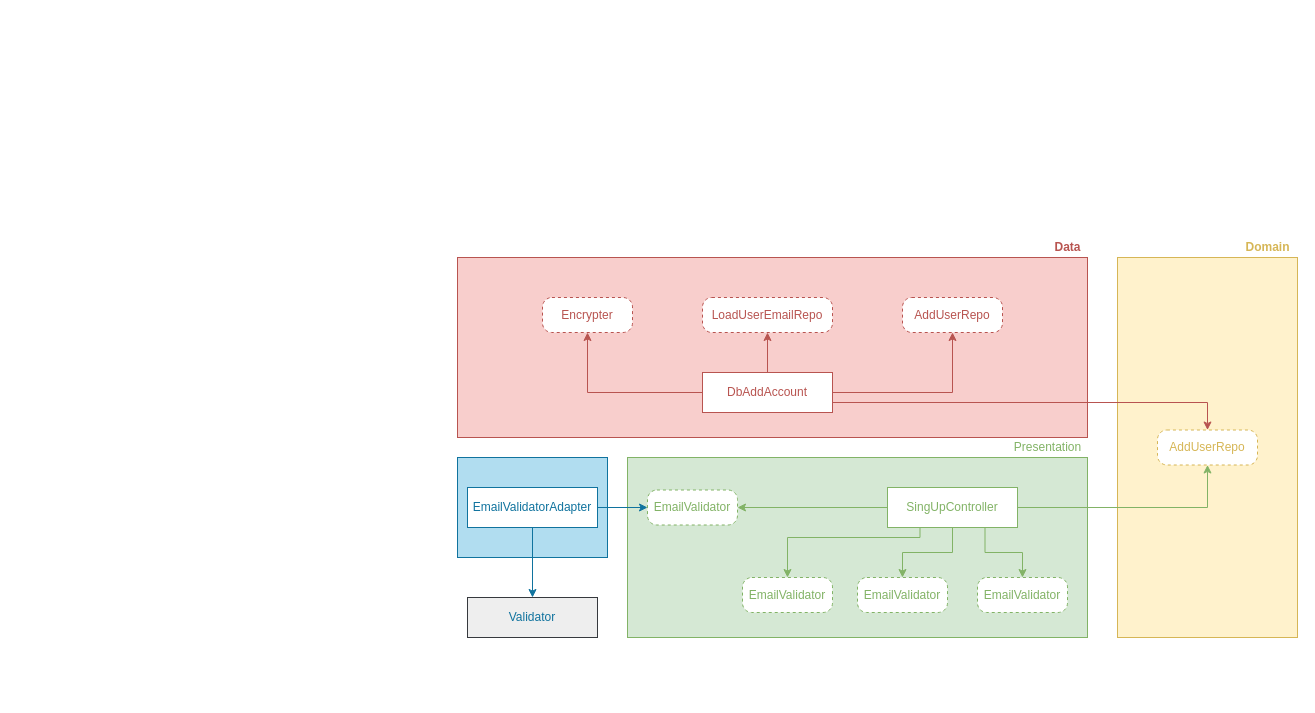
thg021/cleanArchitecture keeps this draw.io diagram as Untitled Diagram.drawio. Above is the earlier version. Source tidied: cells renumbered, new cells numbered last; positions are measured from the earlier drawing's top-left corner, leaving out a move shared by most shapes. Both pictures are drawn from the tidied source at 100%, with x=0, y=0 at pixel (457, 237).
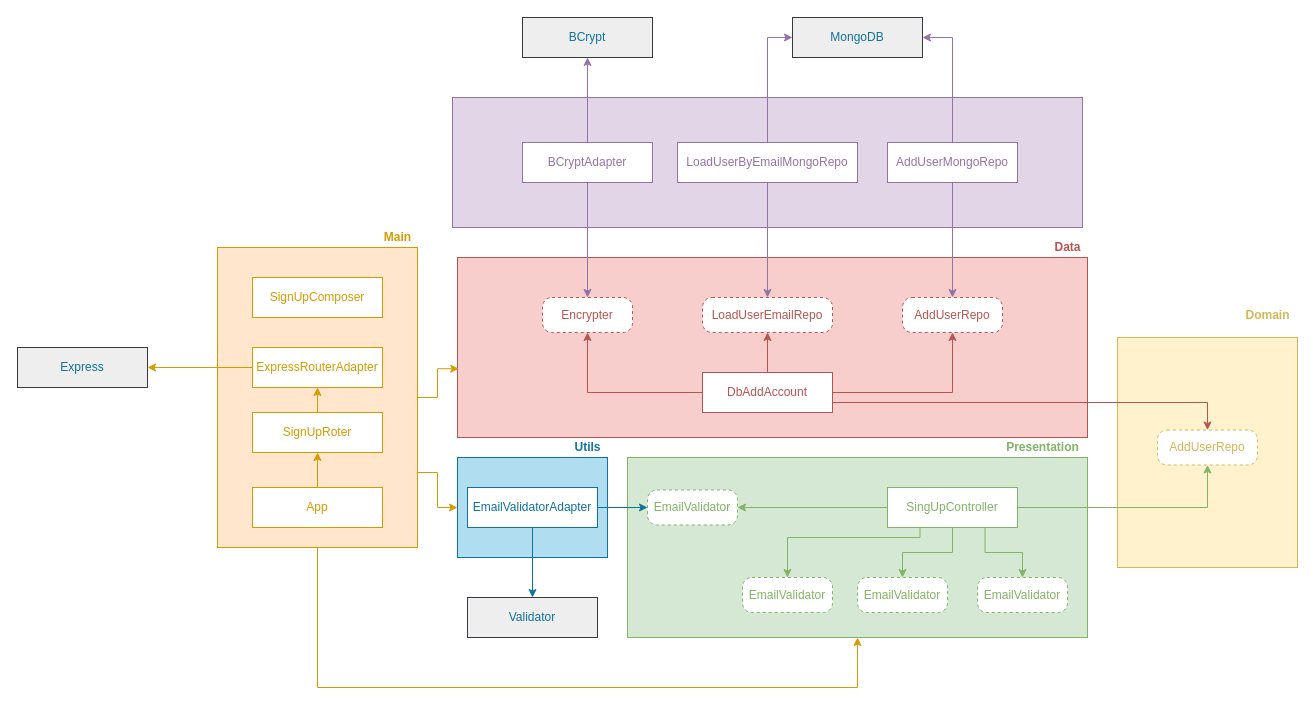
Above is the later version.

Commit message:
Update camada infra

The change refers to these unchanged cells:
```xml
<mxCell id="3" style="rounded=0;whiteSpace=wrap;html=1;fillColor=#f8cecc;strokeColor=#B85450;" parent="1" vertex="1">
  <mxGeometry y="20" width="630" height="180" as="geometry" />
</mxCell>
<mxCell id="4" value="Encrypter" style="rounded=1;whiteSpace=wrap;html=1;dashed=1;arcSize=27;fontColor=#B85450;strokeColor=#B85450;" parent="1" vertex="1">
  <mxGeometry x="85" y="60" width="90" height="35" as="geometry" />
</mxCell>
<mxCell id="5" value="LoadUserEmailRepo" style="rounded=1;whiteSpace=wrap;html=1;dashed=1;arcSize=27;fontColor=#B85450;strokeColor=#B85450;" parent="1" vertex="1">
  <mxGeometry x="245" y="60" width="130" height="35" as="geometry" />
</mxCell>
<mxCell id="6" value="AddUserRepo" style="rounded=1;whiteSpace=wrap;html=1;dashed=1;arcSize=27;fontColor=#B85450;strokeColor=#B85450;" parent="1" vertex="1">
  <mxGeometry x="445" y="60" width="100" height="35" as="geometry" />
</mxCell>
<mxCell id="13" style="rounded=0;whiteSpace=wrap;html=1;fillColor=#d5e8d4;strokeColor=#82B366;" parent="1" vertex="1">
  <mxGeometry x="170" y="220" width="460" height="180" as="geometry" />
</mxCell>
<mxCell id="27" style="rounded=0;whiteSpace=wrap;html=1;fillColor=#b1ddf0;strokeColor=#10739E;" parent="1" vertex="1">
  <mxGeometry y="220" width="150" height="100" as="geometry" />
</mxCell>
```

Change to the diagram source:
```diff
@@
     <mxCell id="2" style="rounded=0;whiteSpace=wrap;html=1;fillColor=#fff2cc;strokeColor=#D6B656;" parent="1" vertex="1">
-      <mxGeometry x="660" y="20" width="180" height="380" as="geometry" />
+      <mxGeometry x="660" y="100" width="180" height="230" as="geometry" />
     </mxCell>
@@
-    <mxCell id="24" value="Presentation" style="text;html=1;align=center;verticalAlign=middle;fontColor=#82B366;" parent="1" vertex="1">
-      <mxGeometry x="550" y="200" width="80" height="20" as="geometry" />
+    <mxCell id="24" value="Presentation" style="text;html=1;align=center;verticalAlign=middle;fontColor=#82B366;fontStyle=1;" parent="1" vertex="1">
+      <mxGeometry x="540" y="200" width="90" height="20" as="geometry" />
     </mxCell>
@@
     <mxCell id="26" value="Domain" style="text;html=1;align=center;verticalAlign=middle;fontStyle=1;fontColor=#D6B656;" parent="1" vertex="1">
-      <mxGeometry x="780" width="60" height="20" as="geometry" />
+      <mxGeometry x="780" y="67.5" width="60" height="20" as="geometry" />
     </mxCell>
@@
+    <mxCell id="32" style="edgeStyle=orthogonalEdgeStyle;rounded=0;jettySize=auto;html=1;exitX=0.5;exitY=1;exitDx=0;exitDy=0;entryX=0.5;entryY=1;entryDx=0;entryDy=0;fontColor=#D6B656;strokeColor=#D79B00;" parent="1" edge="1" source="35" target="13">
+      <mxGeometry relative="1" as="geometry">
+        <Array as="points">
+          <mxPoint x="-140" y="450" />
+          <mxPoint x="400" y="450" />
+        </Array>
+      </mxGeometry>
+    </mxCell>
+    <mxCell id="33" style="edgeStyle=orthogonalEdgeStyle;rounded=0;jettySize=auto;html=1;exitX=1;exitY=0.75;exitDx=0;exitDy=0;entryX=0;entryY=0.5;entryDx=0;entryDy=0;strokeColor=#D79B00;fontColor=#D79B00;" parent="1" edge="1" source="35" target="27">
+      <mxGeometry relative="1" as="geometry" />
+    </mxCell>
+    <mxCell id="34" style="edgeStyle=orthogonalEdgeStyle;rounded=0;jettySize=auto;html=1;exitX=1;exitY=0.5;exitDx=0;exitDy=0;entryX=0.002;entryY=0.618;entryDx=0;entryDy=0;entryPerimeter=0;strokeColor=#D79B00;fontColor=#D79B00;" parent="1" edge="1" source="35" target="3">
+      <mxGeometry relative="1" as="geometry" />
+    </mxCell>
+    <mxCell id="35" style="rounded=0;whiteSpace=wrap;html=1;fillColor=#ffe6cc;strokeColor=#D79B00;" parent="1" vertex="1">
+      <mxGeometry x="-240" y="10" width="200" height="300" as="geometry" />
+    </mxCell>
+    <mxCell id="36" value="&lt;font color=&quot;#10739e&quot;&gt;&lt;b&gt;Utils&lt;/b&gt;&lt;/font&gt;" style="text;html=1;align=center;verticalAlign=middle;fontColor=#D6B656;" parent="1" vertex="1">
+      <mxGeometry x="110" y="200" width="40" height="20" as="geometry" />
+    </mxCell>
+    <mxCell id="37" value="&lt;font&gt;SignUpComposer&lt;/font&gt;" style="rounded=0;whiteSpace=wrap;html=1;strokeColor=#D79B00;fontColor=#D79B00;" parent="1" vertex="1">
+      <mxGeometry x="-205" y="40" width="130" height="40" as="geometry" />
+    </mxCell>
+    <mxCell id="38" style="edgeStyle=orthogonalEdgeStyle;rounded=0;jettySize=auto;html=1;strokeColor=#D79B00;fontColor=#D79B00;" parent="1" edge="1" source="39" target="44">
+      <mxGeometry relative="1" as="geometry" />
+    </mxCell>
+    <mxCell id="39" value="&lt;font&gt;ExpressRouterAdapter&lt;/font&gt;" style="rounded=0;whiteSpace=wrap;html=1;strokeColor=#D79B00;fontColor=#D79B00;" parent="1" vertex="1">
+      <mxGeometry x="-205" y="110" width="130" height="40" as="geometry" />
+    </mxCell>
+    <mxCell id="40" style="edgeStyle=orthogonalEdgeStyle;rounded=0;jettySize=auto;html=1;exitX=0.5;exitY=0;exitDx=0;exitDy=0;entryX=0.5;entryY=1;entryDx=0;entryDy=0;strokeColor=#D79B00;fontColor=#D79B00;" parent="1" edge="1" source="41" target="39">
+      <mxGeometry relative="1" as="geometry" />
+    </mxCell>
+    <mxCell id="41" value="&lt;font&gt;SignUpRoter&lt;/font&gt;" style="rounded=0;whiteSpace=wrap;html=1;strokeColor=#D79B00;fontColor=#D79B00;" parent="1" vertex="1">
+      <mxGeometry x="-205" y="175" width="130" height="40" as="geometry" />
+    </mxCell>
+    <mxCell id="42" style="edgeStyle=orthogonalEdgeStyle;rounded=0;jettySize=auto;html=1;strokeColor=#D79B00;fontColor=#D79B00;" parent="1" edge="1" source="43" target="41">
+      <mxGeometry relative="1" as="geometry" />
+    </mxCell>
+    <mxCell id="43" value="&lt;font&gt;App&lt;/font&gt;" style="rounded=0;whiteSpace=wrap;html=1;strokeColor=#D79B00;fontColor=#D79B00;" parent="1" vertex="1">
+      <mxGeometry x="-205" y="250" width="130" height="40" as="geometry" />
+    </mxCell>
+    <mxCell id="44" value="&lt;font color=&quot;#10739e&quot;&gt;Express&lt;/font&gt;" style="rounded=0;whiteSpace=wrap;html=1;strokeColor=#36393d;fillColor=#eeeeee;" parent="1" vertex="1">
+      <mxGeometry x="-440" y="110" width="130" height="40" as="geometry" />
+    </mxCell>
+    <mxCell id="45" value="&lt;b&gt;Main&lt;/b&gt;" style="text;html=1;align=center;verticalAlign=middle;fontColor=#D79B00;" parent="1" vertex="1">
+      <mxGeometry x="-80" y="-10" width="40" height="20" as="geometry" />
+    </mxCell>
+    <mxCell id="46" style="rounded=0;whiteSpace=wrap;html=1;fillColor=#e1d5e7;strokeColor=#9673A6;" parent="1" vertex="1">
+      <mxGeometry x="-5" y="-140" width="630" height="130" as="geometry" />
+    </mxCell>
+    <mxCell id="47" style="edgeStyle=orthogonalEdgeStyle;rounded=0;jettySize=auto;html=1;fontColor=#9673A6;strokeColor=#9673A6;" parent="1" edge="1" source="49" target="4">
+      <mxGeometry relative="1" as="geometry" />
+    </mxCell>
+    <mxCell id="48" style="edgeStyle=orthogonalEdgeStyle;rounded=0;jettySize=auto;html=1;entryX=0.5;entryY=1;entryDx=0;entryDy=0;strokeColor=#9673A6;fontColor=#9673A6;" parent="1" edge="1" source="49" target="56">
+      <mxGeometry relative="1" as="geometry" />
+    </mxCell>
+    <mxCell id="49" value="&lt;font&gt;BCryptAdapter&lt;/font&gt;" style="rounded=0;whiteSpace=wrap;html=1;strokeColor=#9673A6;fontColor=#9673A6;" parent="1" vertex="1">
+      <mxGeometry x="65" y="-95" width="130" height="40" as="geometry" />
+    </mxCell>
+    <mxCell id="50" style="edgeStyle=orthogonalEdgeStyle;rounded=0;jettySize=auto;html=1;strokeColor=#9673A6;fontColor=#9673A6;" parent="1" edge="1" source="52" target="5">
+      <mxGeometry relative="1" as="geometry" />
+    </mxCell>
+    <mxCell id="51" style="edgeStyle=orthogonalEdgeStyle;rounded=0;jettySize=auto;html=1;entryX=0;entryY=0.5;entryDx=0;entryDy=0;strokeColor=#9673A6;fontColor=#9673A6;" parent="1" edge="1" source="52" target="57">
+      <mxGeometry relative="1" as="geometry" />
+    </mxCell>
+    <mxCell id="52" value="&lt;font&gt;LoadUserByEmailMongoRepo&lt;/font&gt;" style="rounded=0;whiteSpace=wrap;html=1;strokeColor=#9673A6;fontColor=#9673A6;" parent="1" vertex="1">
+      <mxGeometry x="220" y="-95" width="180" height="40" as="geometry" />
+    </mxCell>
+    <mxCell id="53" style="edgeStyle=orthogonalEdgeStyle;rounded=0;jettySize=auto;html=1;strokeColor=#9673A6;fontColor=#9673A6;" parent="1" edge="1" source="55" target="6">
+      <mxGeometry relative="1" as="geometry" />
+    </mxCell>
+    <mxCell id="54" style="edgeStyle=orthogonalEdgeStyle;rounded=0;jettySize=auto;html=1;entryX=1;entryY=0.5;entryDx=0;entryDy=0;strokeColor=#9673A6;fontColor=#9673A6;" parent="1" edge="1" source="55" target="57">
+      <mxGeometry relative="1" as="geometry" />
+    </mxCell>
+    <mxCell id="55" value="&lt;font&gt;AddUserMongoRepo&lt;/font&gt;" style="rounded=0;whiteSpace=wrap;html=1;strokeColor=#9673A6;fontColor=#9673A6;" parent="1" vertex="1">
+      <mxGeometry x="430" y="-95" width="130" height="40" as="geometry" />
+    </mxCell>
+    <mxCell id="56" value="&lt;font color=&quot;#10739e&quot;&gt;BCrypt&lt;/font&gt;" style="rounded=0;whiteSpace=wrap;html=1;strokeColor=#36393d;fillColor=#eeeeee;" parent="1" vertex="1">
+      <mxGeometry x="65" y="-220" width="130" height="40" as="geometry" />
+    </mxCell>
+    <mxCell id="57" value="&lt;font color=&quot;#10739e&quot;&gt;MongoDB&lt;/font&gt;" style="rounded=0;whiteSpace=wrap;html=1;strokeColor=#36393d;fillColor=#eeeeee;" parent="1" vertex="1">
+      <mxGeometry x="335" y="-220" width="130" height="40" as="geometry" />
+    </mxCell>
```
